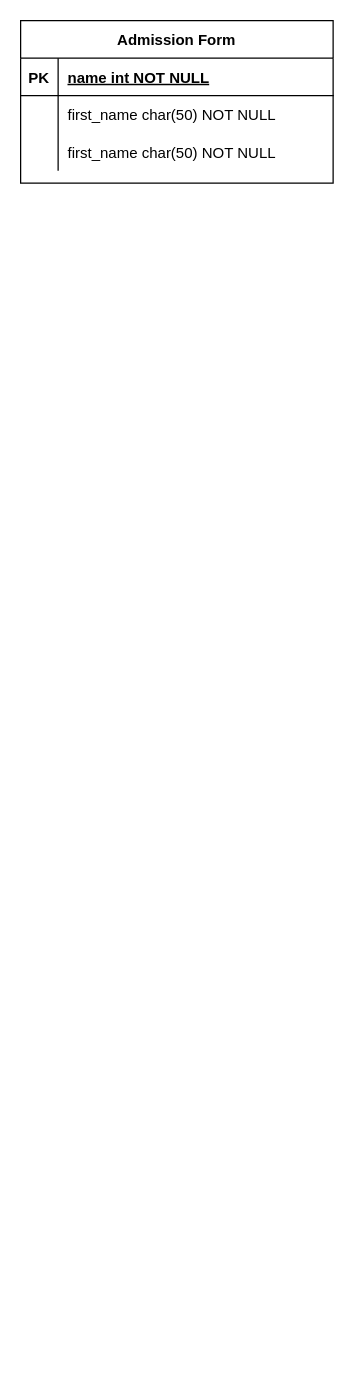
Above: Ryss_lms_register.drawio in abhirock74/draw.io (draw.io), before the change. Source tidied: cells renumbered, new cells numbered last; positions are measured from the earlier drawing's top-left corner, leaving out a move shared by most shapes. Both pictures are drawn from the tidied source at 125%, with x=0, y=0 at pixel (20, 20).
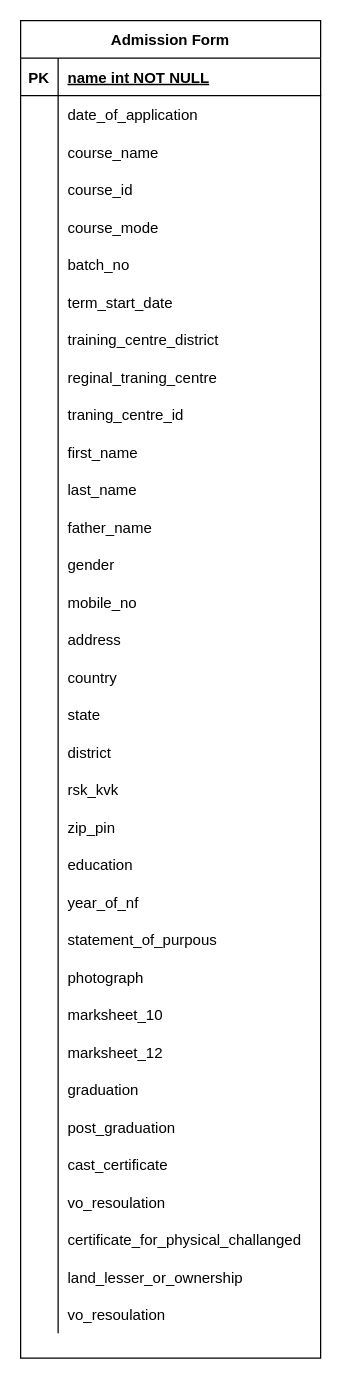
The same page after the edit.

Change to the diagram source:
```diff
@@
     <mxCell id="2" value="Admission Form" style="shape=table;startSize=30;childLayout=tableLayout;rowLines=0;fontStyle=1;align=center;" parent="1" vertex="1">
-      <mxGeometry width="250" height="130" as="geometry" />
+      <mxGeometry width="240" height="1070" as="geometry" />
     </mxCell>
     <mxCell id="3" style="shape=partialRectangle;fillColor=none;top=0;left=0;right=0;bottom=1;" parent="2" vertex="1">
-      <mxGeometry y="30" width="250" height="30" as="geometry" />
+      <mxGeometry y="30" width="240" height="30" as="geometry" />
     </mxCell>
@@
     <mxCell id="5" value="name int NOT NULL " style="shape=partialRectangle;overflow=hidden;fillColor=none;top=0;left=0;bottom=0;right=0;align=left;spacingLeft=6;fontStyle=5;" parent="3" vertex="1">
-      <mxGeometry x="30" width="220" height="30" as="geometry" />
+      <mxGeometry x="30" width="210" height="30" as="geometry" />
     </mxCell>
     <mxCell id="6" style="shape=partialRectangle;fillColor=none;top=0;left=0;right=0;bottom=0;" parent="2" vertex="1">
-      <mxGeometry y="60" width="250" height="30" as="geometry" />
+      <mxGeometry y="60" width="240" height="30" as="geometry" />
     </mxCell>
@@
-    <mxCell id="8" value="first_name char(50) NOT NULL" style="shape=partialRectangle;overflow=hidden;fillColor=none;top=0;left=0;bottom=0;right=0;align=left;spacingLeft=6;" parent="6" vertex="1">
-      <mxGeometry x="30" width="220" height="30" as="geometry" />
+    <mxCell id="8" value="date_of_application" style="shape=partialRectangle;overflow=hidden;fillColor=none;top=0;left=0;bottom=0;right=0;align=left;spacingLeft=6;" parent="6" vertex="1">
+      <mxGeometry x="30" width="210" height="30" as="geometry" />
     </mxCell>
     <mxCell id="9" style="shape=partialRectangle;fillColor=none;top=0;left=0;right=0;bottom=0;" parent="2" vertex="1">
-      <mxGeometry y="90" width="250" height="30" as="geometry" />
+      <mxGeometry y="90" width="240" height="30" as="geometry" />
     </mxCell>
@@
-    <mxCell id="11" value="first_name char(50) NOT NULL" style="shape=partialRectangle;overflow=hidden;fillColor=none;top=0;left=0;bottom=0;right=0;align=left;spacingLeft=6;" parent="9" vertex="1">
-      <mxGeometry x="30" width="220" height="30" as="geometry" />
+    <mxCell id="11" value="course_name" style="shape=partialRectangle;overflow=hidden;fillColor=none;top=0;left=0;bottom=0;right=0;align=left;spacingLeft=6;" parent="9" vertex="1">
+      <mxGeometry x="30" width="210" height="30" as="geometry" />
     </mxCell>
+    <mxCell id="12" style="shape=partialRectangle;fillColor=none;top=0;left=0;right=0;bottom=0;" parent="2" vertex="1">
+      <mxGeometry y="120" width="240" height="30" as="geometry" />
+    </mxCell>
+    <mxCell id="13" style="shape=partialRectangle;overflow=hidden;fillColor=none;top=0;left=0;bottom=0;right=0;" parent="12" vertex="1">
+      <mxGeometry width="30" height="30" as="geometry" />
+    </mxCell>
+    <mxCell id="14" value="course_id" style="shape=partialRectangle;overflow=hidden;fillColor=none;top=0;left=0;bottom=0;right=0;align=left;spacingLeft=6;" parent="12" vertex="1">
+      <mxGeometry x="30" width="210" height="30" as="geometry" />
+    </mxCell>
+    <mxCell id="15" style="shape=partialRectangle;fillColor=none;top=0;left=0;right=0;bottom=0;" parent="2" vertex="1">
+      <mxGeometry y="150" width="240" height="30" as="geometry" />
+    </mxCell>
+    <mxCell id="16" style="shape=partialRectangle;overflow=hidden;fillColor=none;top=0;left=0;bottom=0;right=0;" parent="15" vertex="1">
+      <mxGeometry width="30" height="30" as="geometry" />
+    </mxCell>
+    <mxCell id="17" value="course_mode" style="shape=partialRectangle;overflow=hidden;fillColor=none;top=0;left=0;bottom=0;right=0;align=left;spacingLeft=6;" parent="15" vertex="1">
+      <mxGeometry x="30" width="210" height="30" as="geometry" />
+    </mxCell>
+    <mxCell id="18" style="shape=partialRectangle;fillColor=none;top=0;left=0;right=0;bottom=0;" parent="2" vertex="1">
+      <mxGeometry y="180" width="240" height="30" as="geometry" />
+    </mxCell>
+    <mxCell id="19" style="shape=partialRectangle;overflow=hidden;fillColor=none;top=0;left=0;bottom=0;right=0;" parent="18" vertex="1">
+      <mxGeometry width="30" height="30" as="geometry" />
+    </mxCell>
+    <mxCell id="20" value="batch_no" style="shape=partialRectangle;overflow=hidden;fillColor=none;top=0;left=0;bottom=0;right=0;align=left;spacingLeft=6;" parent="18" vertex="1">
+      <mxGeometry x="30" width="210" height="30" as="geometry" />
+    </mxCell>
+    <mxCell id="21" style="shape=partialRectangle;fillColor=none;top=0;left=0;right=0;bottom=0;" parent="2" vertex="1">
+      <mxGeometry y="210" width="240" height="30" as="geometry" />
+    </mxCell>
+    <mxCell id="22" style="shape=partialRectangle;overflow=hidden;fillColor=none;top=0;left=0;bottom=0;right=0;" parent="21" vertex="1">
+      <mxGeometry width="30" height="30" as="geometry" />
+    </mxCell>
+    <mxCell id="23" value="term_start_date" style="shape=partialRectangle;overflow=hidden;fillColor=none;top=0;left=0;bottom=0;right=0;align=left;spacingLeft=6;" parent="21" vertex="1">
+      <mxGeometry x="30" width="210" height="30" as="geometry" />
+    </mxCell>
+    <mxCell id="24" style="shape=partialRectangle;fillColor=none;top=0;left=0;right=0;bottom=0;" parent="2" vertex="1">
+      <mxGeometry y="240" width="240" height="30" as="geometry" />
+    </mxCell>
+    <mxCell id="25" style="shape=partialRectangle;overflow=hidden;fillColor=none;top=0;left=0;bottom=0;right=0;" parent="24" vertex="1">
+      <mxGeometry width="30" height="30" as="geometry" />
+    </mxCell>
+    <mxCell id="26" value="training_centre_district" style="shape=partialRectangle;overflow=hidden;fillColor=none;top=0;left=0;bottom=0;right=0;align=left;spacingLeft=6;" parent="24" vertex="1">
+      <mxGeometry x="30" width="210" height="30" as="geometry" />
+    </mxCell>
+    <mxCell id="27" style="shape=partialRectangle;fillColor=none;top=0;left=0;right=0;bottom=0;" parent="2" vertex="1">
+      <mxGeometry y="270" width="240" height="30" as="geometry" />
+    </mxCell>
+    <mxCell id="28" style="shape=partialRectangle;overflow=hidden;fillColor=none;top=0;left=0;bottom=0;right=0;" parent="27" vertex="1">
+      <mxGeometry width="30" height="30" as="geometry" />
+    </mxCell>
+    <mxCell id="29" value="reginal_traning_centre" style="shape=partialRectangle;overflow=hidden;fillColor=none;top=0;left=0;bottom=0;right=0;align=left;spacingLeft=6;" parent="27" vertex="1">
+      <mxGeometry x="30" width="210" height="30" as="geometry" />
+    </mxCell>
+    <mxCell id="30" style="shape=partialRectangle;fillColor=none;top=0;left=0;right=0;bottom=0;" parent="2" vertex="1">
+      <mxGeometry y="300" width="240" height="30" as="geometry" />
+    </mxCell>
+    <mxCell id="31" style="shape=partialRectangle;overflow=hidden;fillColor=none;top=0;left=0;bottom=0;right=0;" parent="30" vertex="1">
+      <mxGeometry width="30" height="30" as="geometry" />
+    </mxCell>
+    <mxCell id="32" value="traning_centre_id" style="shape=partialRectangle;overflow=hidden;fillColor=none;top=0;left=0;bottom=0;right=0;align=left;spacingLeft=6;" parent="30" vertex="1">
+      <mxGeometry x="30" width="210" height="30" as="geometry" />
+    </mxCell>
+    <mxCell id="33" style="shape=partialRectangle;fillColor=none;top=0;left=0;right=0;bottom=0;" parent="2" vertex="1">
+      <mxGeometry y="330" width="240" height="30" as="geometry" />
+    </mxCell>
+    <mxCell id="34" style="shape=partialRectangle;overflow=hidden;fillColor=none;top=0;left=0;bottom=0;right=0;" parent="33" vertex="1">
+      <mxGeometry width="30" height="30" as="geometry" />
+    </mxCell>
+    <mxCell id="35" value="first_name" style="shape=partialRectangle;overflow=hidden;fillColor=none;top=0;left=0;bottom=0;right=0;align=left;spacingLeft=6;" parent="33" vertex="1">
+      <mxGeometry x="30" width="210" height="30" as="geometry" />
+    </mxCell>
+    <mxCell id="36" style="shape=partialRectangle;fillColor=none;top=0;left=0;right=0;bottom=0;" parent="2" vertex="1">
+      <mxGeometry y="360" width="240" height="30" as="geometry" />
+    </mxCell>
+    <mxCell id="37" style="shape=partialRectangle;overflow=hidden;fillColor=none;top=0;left=0;bottom=0;right=0;" parent="36" vertex="1">
+      <mxGeometry width="30" height="30" as="geometry" />
+    </mxCell>
+    <mxCell id="38" value="last_name" style="shape=partialRectangle;overflow=hidden;fillColor=none;top=0;left=0;bottom=0;right=0;align=left;spacingLeft=6;" parent="36" vertex="1">
+      <mxGeometry x="30" width="210" height="30" as="geometry" />
+    </mxCell>
+    <mxCell id="39" style="shape=partialRectangle;fillColor=none;top=0;left=0;right=0;bottom=0;" parent="2" vertex="1">
+      <mxGeometry y="390" width="240" height="30" as="geometry" />
+    </mxCell>
+    <mxCell id="40" style="shape=partialRectangle;overflow=hidden;fillColor=none;top=0;left=0;bottom=0;right=0;" parent="39" vertex="1">
+      <mxGeometry width="30" height="30" as="geometry" />
+    </mxCell>
+    <mxCell id="41" value="father_name" style="shape=partialRectangle;overflow=hidden;fillColor=none;top=0;left=0;bottom=0;right=0;align=left;spacingLeft=6;" parent="39" vertex="1">
+      <mxGeometry x="30" width="210" height="30" as="geometry" />
+    </mxCell>
+    <mxCell id="42" style="shape=partialRectangle;fillColor=none;top=0;left=0;right=0;bottom=0;" parent="2" vertex="1">
+      <mxGeometry y="420" width="240" height="30" as="geometry" />
+    </mxCell>
+    <mxCell id="43" style="shape=partialRectangle;overflow=hidden;fillColor=none;top=0;left=0;bottom=0;right=0;" parent="42" vertex="1">
+      <mxGeometry width="30" height="30" as="geometry" />
+    </mxCell>
+    <mxCell id="44" value="gender" style="shape=partialRectangle;overflow=hidden;fillColor=none;top=0;left=0;bottom=0;right=0;align=left;spacingLeft=6;" parent="42" vertex="1">
+      <mxGeometry x="30" width="210" height="30" as="geometry" />
+    </mxCell>
+    <mxCell id="45" style="shape=partialRectangle;fillColor=none;top=0;left=0;right=0;bottom=0;" parent="2" vertex="1">
+      <mxGeometry y="450" width="240" height="30" as="geometry" />
+    </mxCell>
+    <mxCell id="46" style="shape=partialRectangle;overflow=hidden;fillColor=none;top=0;left=0;bottom=0;right=0;" parent="45" vertex="1">
+      <mxGeometry width="30" height="30" as="geometry" />
+    </mxCell>
+    <mxCell id="47" value="mobile_no" style="shape=partialRectangle;overflow=hidden;fillColor=none;top=0;left=0;bottom=0;right=0;align=left;spacingLeft=6;" parent="45" vertex="1">
+      <mxGeometry x="30" width="210" height="30" as="geometry" />
+    </mxCell>
+    <mxCell id="48" style="shape=partialRectangle;fillColor=none;top=0;left=0;right=0;bottom=0;" parent="2" vertex="1">
+      <mxGeometry y="480" width="240" height="30" as="geometry" />
+    </mxCell>
+    <mxCell id="49" style="shape=partialRectangle;overflow=hidden;fillColor=none;top=0;left=0;bottom=0;right=0;" parent="48" vertex="1">
+      <mxGeometry width="30" height="30" as="geometry" />
+    </mxCell>
+    <mxCell id="50" value="address" style="shape=partialRectangle;overflow=hidden;fillColor=none;top=0;left=0;bottom=0;right=0;align=left;spacingLeft=6;" parent="48" vertex="1">
+      <mxGeometry x="30" width="210" height="30" as="geometry" />
+    </mxCell>
+    <mxCell id="51" style="shape=partialRectangle;fillColor=none;top=0;left=0;right=0;bottom=0;" parent="2" vertex="1">
+      <mxGeometry y="510" width="240" height="30" as="geometry" />
+    </mxCell>
+    <mxCell id="52" style="shape=partialRectangle;overflow=hidden;fillColor=none;top=0;left=0;bottom=0;right=0;" parent="51" vertex="1">
+      <mxGeometry width="30" height="30" as="geometry" />
+    </mxCell>
+    <mxCell id="53" value="country" style="shape=partialRectangle;overflow=hidden;fillColor=none;top=0;left=0;bottom=0;right=0;align=left;spacingLeft=6;" parent="51" vertex="1">
+      <mxGeometry x="30" width="210" height="30" as="geometry" />
+    </mxCell>
+    <mxCell id="54" style="shape=partialRectangle;fillColor=none;top=0;left=0;right=0;bottom=0;" parent="2" vertex="1">
+      <mxGeometry y="540" width="240" height="30" as="geometry" />
+    </mxCell>
+    <mxCell id="55" style="shape=partialRectangle;overflow=hidden;fillColor=none;top=0;left=0;bottom=0;right=0;" parent="54" vertex="1">
+      <mxGeometry width="30" height="30" as="geometry" />
+    </mxCell>
+    <mxCell id="56" value="state" style="shape=partialRectangle;overflow=hidden;fillColor=none;top=0;left=0;bottom=0;right=0;align=left;spacingLeft=6;" parent="54" vertex="1">
+      <mxGeometry x="30" width="210" height="30" as="geometry" />
+    </mxCell>
+    <mxCell id="57" style="shape=partialRectangle;fillColor=none;top=0;left=0;right=0;bottom=0;" parent="2" vertex="1">
+      <mxGeometry y="570" width="240" height="30" as="geometry" />
+    </mxCell>
+    <mxCell id="58" style="shape=partialRectangle;overflow=hidden;fillColor=none;top=0;left=0;bottom=0;right=0;" parent="57" vertex="1">
+      <mxGeometry width="30" height="30" as="geometry" />
+    </mxCell>
+    <mxCell id="59" value="district" style="shape=partialRectangle;overflow=hidden;fillColor=none;top=0;left=0;bottom=0;right=0;align=left;spacingLeft=6;" parent="57" vertex="1">
+      <mxGeometry x="30" width="210" height="30" as="geometry" />
+    </mxCell>
+    <mxCell id="60" style="shape=partialRectangle;fillColor=none;top=0;left=0;right=0;bottom=0;" parent="2" vertex="1">
+      <mxGeometry y="600" width="240" height="30" as="geometry" />
+    </mxCell>
+    <mxCell id="61" style="shape=partialRectangle;overflow=hidden;fillColor=none;top=0;left=0;bottom=0;right=0;" parent="60" vertex="1">
+      <mxGeometry width="30" height="30" as="geometry" />
+    </mxCell>
+    <mxCell id="62" value="rsk_kvk" style="shape=partialRectangle;overflow=hidden;fillColor=none;top=0;left=0;bottom=0;right=0;align=left;spacingLeft=6;" parent="60" vertex="1">
+      <mxGeometry x="30" width="210" height="30" as="geometry" />
+    </mxCell>
+    <mxCell id="63" style="shape=partialRectangle;fillColor=none;top=0;left=0;right=0;bottom=0;" parent="2" vertex="1">
+      <mxGeometry y="630" width="240" height="30" as="geometry" />
+    </mxCell>
+    <mxCell id="64" style="shape=partialRectangle;overflow=hidden;fillColor=none;top=0;left=0;bottom=0;right=0;" parent="63" vertex="1">
+      <mxGeometry width="30" height="30" as="geometry" />
+    </mxCell>
+    <mxCell id="65" value="zip_pin" style="shape=partialRectangle;overflow=hidden;fillColor=none;top=0;left=0;bottom=0;right=0;align=left;spacingLeft=6;" parent="63" vertex="1">
+      <mxGeometry x="30" width="210" height="30" as="geometry" />
+    </mxCell>
+    <mxCell id="66" style="shape=partialRectangle;fillColor=none;top=0;left=0;right=0;bottom=0;" parent="2" vertex="1">
+      <mxGeometry y="660" width="240" height="30" as="geometry" />
+    </mxCell>
+    <mxCell id="67" style="shape=partialRectangle;overflow=hidden;fillColor=none;top=0;left=0;bottom=0;right=0;" parent="66" vertex="1">
+      <mxGeometry width="30" height="30" as="geometry" />
+    </mxCell>
+    <mxCell id="68" value="education" style="shape=partialRectangle;overflow=hidden;fillColor=none;top=0;left=0;bottom=0;right=0;align=left;spacingLeft=6;" parent="66" vertex="1">
+      <mxGeometry x="30" width="210" height="30" as="geometry" />
+    </mxCell>
+    <mxCell id="69" style="shape=partialRectangle;fillColor=none;top=0;left=0;right=0;bottom=0;" parent="2" vertex="1">
+      <mxGeometry y="690" width="240" height="30" as="geometry" />
+    </mxCell>
+    <mxCell id="70" style="shape=partialRectangle;overflow=hidden;fillColor=none;top=0;left=0;bottom=0;right=0;" parent="69" vertex="1">
+      <mxGeometry width="30" height="30" as="geometry" />
+    </mxCell>
+    <mxCell id="71" value="year_of_nf" style="shape=partialRectangle;overflow=hidden;fillColor=none;top=0;left=0;bottom=0;right=0;align=left;spacingLeft=6;" parent="69" vertex="1">
+      <mxGeometry x="30" width="210" height="30" as="geometry" />
+    </mxCell>
+    <mxCell id="72" style="shape=partialRectangle;fillColor=none;top=0;left=0;right=0;bottom=0;" parent="2" vertex="1">
+      <mxGeometry y="720" width="240" height="30" as="geometry" />
+    </mxCell>
+    <mxCell id="73" style="shape=partialRectangle;overflow=hidden;fillColor=none;top=0;left=0;bottom=0;right=0;" parent="72" vertex="1">
+      <mxGeometry width="30" height="30" as="geometry" />
+    </mxCell>
+    <mxCell id="74" value="statement_of_purpous" style="shape=partialRectangle;overflow=hidden;fillColor=none;top=0;left=0;bottom=0;right=0;align=left;spacingLeft=6;" parent="72" vertex="1">
+      <mxGeometry x="30" width="210" height="30" as="geometry" />
+    </mxCell>
+    <mxCell id="75" style="shape=partialRectangle;fillColor=none;top=0;left=0;right=0;bottom=0;" parent="2" vertex="1">
+      <mxGeometry y="750" width="240" height="30" as="geometry" />
+    </mxCell>
+    <mxCell id="76" style="shape=partialRectangle;overflow=hidden;fillColor=none;top=0;left=0;bottom=0;right=0;" parent="75" vertex="1">
+      <mxGeometry width="30" height="30" as="geometry" />
+    </mxCell>
+    <mxCell id="77" value="photograph" style="shape=partialRectangle;overflow=hidden;fillColor=none;top=0;left=0;bottom=0;right=0;align=left;spacingLeft=6;" parent="75" vertex="1">
+      <mxGeometry x="30" width="210" height="30" as="geometry" />
+    </mxCell>
+    <mxCell id="78" style="shape=partialRectangle;fillColor=none;top=0;left=0;right=0;bottom=0;" parent="2" vertex="1">
+      <mxGeometry y="780" width="240" height="30" as="geometry" />
+    </mxCell>
+    <mxCell id="79" style="shape=partialRectangle;overflow=hidden;fillColor=none;top=0;left=0;bottom=0;right=0;" parent="78" vertex="1">
+      <mxGeometry width="30" height="30" as="geometry" />
+    </mxCell>
+    <mxCell id="80" value="marksheet_10" style="shape=partialRectangle;overflow=hidden;fillColor=none;top=0;left=0;bottom=0;right=0;align=left;spacingLeft=6;" parent="78" vertex="1">
+      <mxGeometry x="30" width="210" height="30" as="geometry" />
+    </mxCell>
+    <mxCell id="81" style="shape=partialRectangle;fillColor=none;top=0;left=0;right=0;bottom=0;" parent="2" vertex="1">
+      <mxGeometry y="810" width="240" height="30" as="geometry" />
+    </mxCell>
+    <mxCell id="82" style="shape=partialRectangle;overflow=hidden;fillColor=none;top=0;left=0;bottom=0;right=0;" parent="81" vertex="1">
+      <mxGeometry width="30" height="30" as="geometry" />
+    </mxCell>
+    <mxCell id="83" value="marksheet_12" style="shape=partialRectangle;overflow=hidden;fillColor=none;top=0;left=0;bottom=0;right=0;align=left;spacingLeft=6;" parent="81" vertex="1">
+      <mxGeometry x="30" width="210" height="30" as="geometry" />
+    </mxCell>
+    <mxCell id="84" style="shape=partialRectangle;fillColor=none;top=0;left=0;right=0;bottom=0;" parent="2" vertex="1">
+      <mxGeometry y="840" width="240" height="30" as="geometry" />
+    </mxCell>
+    <mxCell id="85" style="shape=partialRectangle;overflow=hidden;fillColor=none;top=0;left=0;bottom=0;right=0;" parent="84" vertex="1">
+      <mxGeometry width="30" height="30" as="geometry" />
+    </mxCell>
+    <mxCell id="86" value="graduation" style="shape=partialRectangle;overflow=hidden;fillColor=none;top=0;left=0;bottom=0;right=0;align=left;spacingLeft=6;" parent="84" vertex="1">
+      <mxGeometry x="30" width="210" height="30" as="geometry" />
+    </mxCell>
+    <mxCell id="87" style="shape=partialRectangle;fillColor=none;top=0;left=0;right=0;bottom=0;" parent="2" vertex="1">
+      <mxGeometry y="870" width="240" height="30" as="geometry" />
+    </mxCell>
+    <mxCell id="88" style="shape=partialRectangle;overflow=hidden;fillColor=none;top=0;left=0;bottom=0;right=0;" parent="87" vertex="1">
+      <mxGeometry width="30" height="30" as="geometry" />
+    </mxCell>
+    <mxCell id="89" value="post_graduation" style="shape=partialRectangle;overflow=hidden;fillColor=none;top=0;left=0;bottom=0;right=0;align=left;spacingLeft=6;" parent="87" vertex="1">
+      <mxGeometry x="30" width="210" height="30" as="geometry" />
+    </mxCell>
+    <mxCell id="90" style="shape=partialRectangle;fillColor=none;top=0;left=0;right=0;bottom=0;" parent="2" vertex="1">
+      <mxGeometry y="900" width="240" height="30" as="geometry" />
+    </mxCell>
+    <mxCell id="91" style="shape=partialRectangle;overflow=hidden;fillColor=none;top=0;left=0;bottom=0;right=0;" parent="90" vertex="1">
+      <mxGeometry width="30" height="30" as="geometry" />
+    </mxCell>
+    <mxCell id="92" value="cast_certificate" style="shape=partialRectangle;overflow=hidden;fillColor=none;top=0;left=0;bottom=0;right=0;align=left;spacingLeft=6;" parent="90" vertex="1">
+      <mxGeometry x="30" width="210" height="30" as="geometry" />
+    </mxCell>
+    <mxCell id="93" style="shape=partialRectangle;fillColor=none;top=0;left=0;right=0;bottom=0;" parent="2" vertex="1">
+      <mxGeometry y="930" width="240" height="30" as="geometry" />
+    </mxCell>
+    <mxCell id="94" style="shape=partialRectangle;overflow=hidden;fillColor=none;top=0;left=0;bottom=0;right=0;" parent="93" vertex="1">
+      <mxGeometry width="30" height="30" as="geometry" />
+    </mxCell>
+    <mxCell id="95" value="vo_resoulation" style="shape=partialRectangle;overflow=hidden;fillColor=none;top=0;left=0;bottom=0;right=0;align=left;spacingLeft=6;" parent="93" vertex="1">
+      <mxGeometry x="30" width="210" height="30" as="geometry" />
+    </mxCell>
+    <mxCell id="96" style="shape=partialRectangle;fillColor=none;top=0;left=0;right=0;bottom=0;" parent="2" vertex="1">
+      <mxGeometry y="960" width="240" height="30" as="geometry" />
+    </mxCell>
+    <mxCell id="97" style="shape=partialRectangle;overflow=hidden;fillColor=none;top=0;left=0;bottom=0;right=0;" parent="96" vertex="1">
+      <mxGeometry width="30" height="30" as="geometry" />
+    </mxCell>
+    <mxCell id="98" value="certificate_for_physical_challanged" style="shape=partialRectangle;overflow=hidden;fillColor=none;top=0;left=0;bottom=0;right=0;align=left;spacingLeft=6;" parent="96" vertex="1">
+      <mxGeometry x="30" width="210" height="30" as="geometry" />
+    </mxCell>
+    <mxCell id="99" style="shape=partialRectangle;fillColor=none;top=0;left=0;right=0;bottom=0;" parent="2" vertex="1">
+      <mxGeometry y="990" width="240" height="30" as="geometry" />
+    </mxCell>
+    <mxCell id="100" style="shape=partialRectangle;overflow=hidden;fillColor=none;top=0;left=0;bottom=0;right=0;" parent="99" vertex="1">
+      <mxGeometry width="30" height="30" as="geometry" />
+    </mxCell>
+    <mxCell id="101" value="land_lesser_or_ownership" style="shape=partialRectangle;overflow=hidden;fillColor=none;top=0;left=0;bottom=0;right=0;align=left;spacingLeft=6;" parent="99" vertex="1">
+      <mxGeometry x="30" width="210" height="30" as="geometry" />
+    </mxCell>
+    <mxCell id="102" style="shape=partialRectangle;fillColor=none;top=0;left=0;right=0;bottom=0;" parent="2" vertex="1">
+      <mxGeometry y="1020" width="240" height="30" as="geometry" />
+    </mxCell>
+    <mxCell id="103" style="shape=partialRectangle;overflow=hidden;fillColor=none;top=0;left=0;bottom=0;right=0;" parent="102" vertex="1">
+      <mxGeometry width="30" height="30" as="geometry" />
+    </mxCell>
+    <mxCell id="104" value="vo_resoulation" style="shape=partialRectangle;overflow=hidden;fillColor=none;top=0;left=0;bottom=0;right=0;align=left;spacingLeft=6;" parent="102" vertex="1">
+      <mxGeometry x="30" width="210" height="30" as="geometry" />
+    </mxCell>
```
